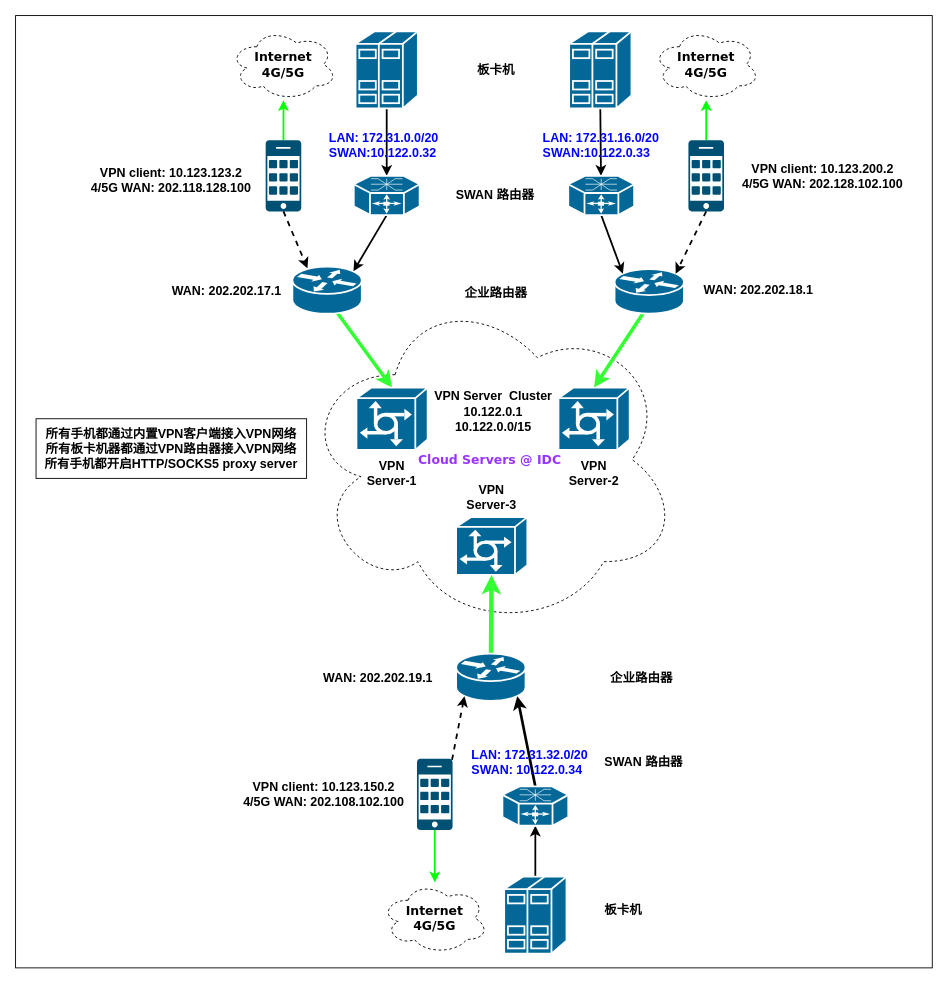
The draw.io diagram Untitled Diagram.drawio in nxtreaming/andy_study, before the edit. Source tidied: cells renumbered, new cells numbered last; positions are measured from the earlier drawing's top-left corner, leaving out a move shared by most shapes. Both pictures are drawn from the tidied source at 89%, with x=0, y=0 at pixel (15, 15).
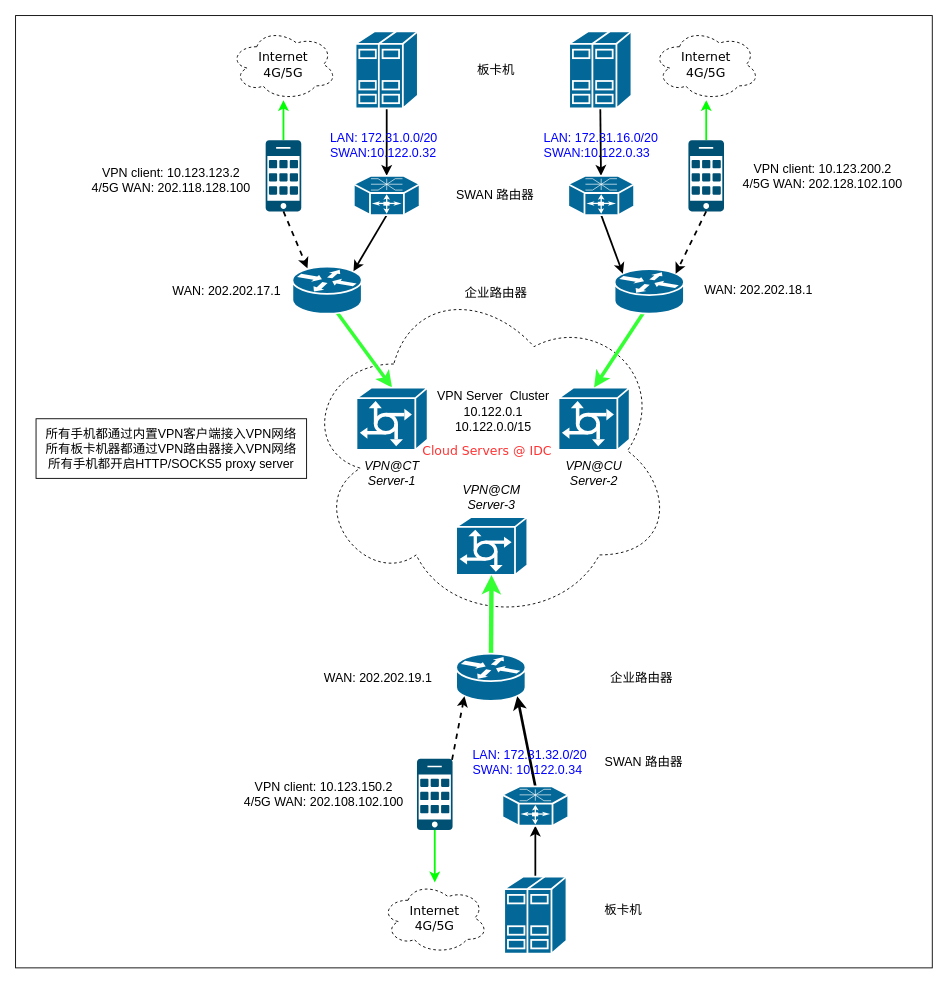
Above is the later version.

Change to the diagram source:
```diff
@@
-    <mxCell id="3" value="&lt;font style=&quot;font-size: 14px;&quot;&gt;&lt;b&gt;Cloud Servers @ IDC&lt;/b&gt;&lt;/font&gt;" style="ellipse;shape=cloud;whiteSpace=wrap;html=1;rounded=0;shadow=0;comic=0;strokeWidth=1;fontFamily=Verdana;fontSize=12;fontColor=#9933FF;dashed=1;" parent="1" vertex="1">
-      <mxGeometry x="320" y="308" width="426" height="382" as="geometry" />
+    <mxCell id="3" value="&lt;font color=&quot;#ff3333&quot; style=&quot;font-size: 14px;&quot;&gt;Cloud Servers @ IDC&lt;/font&gt;" style="ellipse;shape=cloud;whiteSpace=wrap;html=1;rounded=0;shadow=0;comic=0;strokeWidth=1;fontFamily=Verdana;fontSize=12;fontColor=#9933FF;dashed=1;" parent="1" vertex="1">
+      <mxGeometry x="320" y="294" width="420" height="390" as="geometry" />
     </mxCell>
-    <mxCell id="4" value="&lt;font style=&quot;font-size: 14px;&quot;&gt;&lt;b&gt;Internet&lt;br&gt;4G/5G&lt;br&gt;&lt;/b&gt;&lt;/font&gt;" style="ellipse;shape=cloud;whiteSpace=wrap;html=1;rounded=0;shadow=0;comic=0;strokeWidth=1;fontFamily=Verdana;fontSize=12;dashed=1;" parent="1" vertex="1">
+    <mxCell id="4" value="&lt;font style=&quot;font-size: 14px;&quot;&gt;Internet&lt;br&gt;4G/5G&lt;br&gt;&lt;/font&gt;" style="ellipse;shape=cloud;whiteSpace=wrap;html=1;rounded=0;shadow=0;comic=0;strokeWidth=1;fontFamily=Verdana;fontSize=12;dashed=1;" parent="1" vertex="1">
       <mxGeometry x="241" y="15" width="120" height="80" as="geometry" />
     </mxCell>
@@
-    <mxCell id="16" value="&lt;font style=&quot;font-size: 14px;&quot;&gt;&lt;b&gt;VPN Server-1&lt;/b&gt;&lt;/font&gt;" style="text;strokeColor=none;align=center;fillColor=#FFFFFF;html=1;verticalAlign=middle;whiteSpace=wrap;rounded=0;fontColor=#000000;" parent="1" vertex="1">
+    <mxCell id="16" value="&lt;font style=&quot;font-size: 14px;&quot;&gt;&lt;i style=&quot;&quot;&gt;VPN@CT Server-1&lt;/i&gt;&lt;/font&gt;" style="text;strokeColor=none;align=center;fillColor=#FFFFFF;html=1;verticalAlign=middle;whiteSpace=wrap;rounded=0;fontColor=#000000;" parent="1" vertex="1">
       <mxGeometry x="393" y="499" width="60" height="30" as="geometry" />
     </mxCell>
-    <mxCell id="17" value="&lt;font style=&quot;font-size: 14px;&quot;&gt;&lt;b&gt;VPN Server-3&lt;/b&gt;&lt;/font&gt;" style="text;strokeColor=none;align=center;fillColor=#FFFFFF;html=1;verticalAlign=middle;whiteSpace=wrap;rounded=0;fontColor=#000000;" parent="1" vertex="1">
+    <mxCell id="17" value="&lt;font style=&quot;font-size: 14px;&quot;&gt;&lt;i&gt;VPN@CM Server-3&lt;/i&gt;&lt;/font&gt;" style="text;strokeColor=none;align=center;fillColor=#FFFFFF;html=1;verticalAlign=middle;whiteSpace=wrap;rounded=0;fontColor=#000000;" parent="1" vertex="1">
       <mxGeometry x="505" y="526" width="60" height="30" as="geometry" />
     </mxCell>
-    <mxCell id="18" value="&lt;font style=&quot;font-size: 14px;&quot;&gt;&lt;b&gt;VPN Server-2&lt;/b&gt;&lt;/font&gt;" style="text;strokeColor=none;align=center;fillColor=#FFFFFF;html=1;verticalAlign=middle;whiteSpace=wrap;rounded=0;fontColor=#000000;" parent="1" vertex="1">
+    <mxCell id="18" value="&lt;font style=&quot;font-size: 14px;&quot;&gt;&lt;i style=&quot;&quot;&gt;VPN@CU Server-2&lt;/i&gt;&lt;/font&gt;" style="text;strokeColor=none;align=center;fillColor=#FFFFFF;html=1;verticalAlign=middle;whiteSpace=wrap;rounded=0;fontColor=#000000;" parent="1" vertex="1">
       <mxGeometry x="620" y="499" width="60" height="30" as="geometry" />
     </mxCell>
-    <mxCell id="19" value="&lt;font style=&quot;font-size: 14px;&quot;&gt;&lt;b&gt;Internet&lt;br&gt;4G/5G&lt;br&gt;&lt;/b&gt;&lt;/font&gt;" style="ellipse;shape=cloud;whiteSpace=wrap;html=1;rounded=0;shadow=0;comic=0;strokeWidth=1;fontFamily=Verdana;fontSize=12;dashed=1;" parent="1" vertex="1">
+    <mxCell id="19" value="&lt;font style=&quot;font-size: 14px;&quot;&gt;Internet&lt;br&gt;4G/5G&lt;br&gt;&lt;/font&gt;" style="ellipse;shape=cloud;whiteSpace=wrap;html=1;rounded=0;shadow=0;comic=0;strokeWidth=1;fontFamily=Verdana;fontSize=12;dashed=1;" parent="1" vertex="1">
       <mxGeometry x="716" y="15" width="120" height="80" as="geometry" />
     </mxCell>
@@
-    <mxCell id="28" value="&lt;font style=&quot;font-size: 14px;&quot;&gt;&lt;b&gt;Internet&lt;br&gt;4G/5G&lt;br&gt;&lt;/b&gt;&lt;/font&gt;" style="ellipse;shape=cloud;whiteSpace=wrap;html=1;rounded=0;shadow=0;comic=0;strokeWidth=1;fontFamily=Verdana;fontSize=12;dashed=1;" parent="1" vertex="1">
+    <mxCell id="28" value="&lt;font style=&quot;font-size: 14px;&quot;&gt;Internet&lt;br&gt;4G/5G&lt;br&gt;&lt;/font&gt;" style="ellipse;shape=cloud;whiteSpace=wrap;html=1;rounded=0;shadow=0;comic=0;strokeWidth=1;fontFamily=Verdana;fontSize=12;dashed=1;" parent="1" vertex="1">
       <mxGeometry x="411" y="974" width="120" height="80" as="geometry" />
     </mxCell>
@@
-    <mxCell id="37" value="&lt;font style=&quot;font-size: 14px;&quot;&gt;&lt;b&gt;板卡机&lt;/b&gt;&lt;/font&gt;" style="text;strokeColor=none;align=center;fillColor=#FFFFFF;html=1;verticalAlign=middle;whiteSpace=wrap;rounded=0;" parent="1" vertex="1">
+    <mxCell id="37" value="&lt;font style=&quot;font-size: 14px;&quot;&gt;板卡机&lt;/font&gt;" style="text;strokeColor=none;align=center;fillColor=#FFFFFF;html=1;verticalAlign=middle;whiteSpace=wrap;rounded=0;" parent="1" vertex="1">
       <mxGeometry x="510" y="46" width="60" height="30" as="geometry" />
     </mxCell>
-    <mxCell id="38" value="&lt;font style=&quot;font-size: 14px;&quot;&gt;&lt;b&gt;企业路由器&lt;/b&gt;&lt;/font&gt;" style="text;strokeColor=none;align=center;fillColor=#FFFFFF;html=1;verticalAlign=middle;whiteSpace=wrap;rounded=0;" parent="1" vertex="1">
+    <mxCell id="38" value="&lt;font style=&quot;font-size: 14px;&quot;&gt;企业路由器&lt;/font&gt;" style="text;strokeColor=none;align=center;fillColor=#FFFFFF;html=1;verticalAlign=middle;whiteSpace=wrap;rounded=0;" parent="1" vertex="1">
       <mxGeometry x="490" y="296.8" width="100" height="30" as="geometry" />
     </mxCell>
-    <mxCell id="39" value="&lt;font style=&quot;font-size: 14px;&quot;&gt;&lt;b&gt;WAN: 202.202.17.1&lt;/b&gt;&lt;/font&gt;" style="text;strokeColor=none;align=center;fillColor=none;html=1;verticalAlign=middle;whiteSpace=wrap;rounded=0;" parent="1" vertex="1">
+    <mxCell id="39" value="&lt;font style=&quot;font-size: 14px;&quot;&gt;WAN: 202.202.17.1&lt;/font&gt;" style="text;strokeColor=none;align=center;fillColor=none;html=1;verticalAlign=middle;whiteSpace=wrap;rounded=0;" parent="1" vertex="1">
       <mxGeometry x="170" y="296.8" width="135" height="26.5" as="geometry" />
     </mxCell>
-    <mxCell id="40" value="&lt;font style=&quot;font-size: 14px;&quot;&gt;&lt;b&gt;WAN: 202.202.18.1&lt;/b&gt;&lt;/font&gt;" style="text;strokeColor=none;align=center;fillColor=none;html=1;verticalAlign=middle;whiteSpace=wrap;rounded=0;" parent="1" vertex="1">
+    <mxCell id="40" value="&lt;font style=&quot;font-size: 14px;&quot;&gt;WAN: 202.202.18.1&lt;/font&gt;" style="text;strokeColor=none;align=center;fillColor=none;html=1;verticalAlign=middle;whiteSpace=wrap;rounded=0;" parent="1" vertex="1">
       <mxGeometry x="770" y="293.2" width="130" height="28.8" as="geometry" />
     </mxCell>
-    <mxCell id="41" value="&lt;font style=&quot;font-size: 14px;&quot;&gt;&lt;b&gt;WAN: 202.202.19.1&lt;/b&gt;&lt;/font&gt;" style="text;strokeColor=none;align=center;fillColor=none;html=1;verticalAlign=middle;whiteSpace=wrap;rounded=0;" parent="1" vertex="1">
+    <mxCell id="41" value="&lt;font style=&quot;font-size: 14px;&quot;&gt;WAN: 202.202.19.1&lt;/font&gt;" style="text;strokeColor=none;align=center;fillColor=none;html=1;verticalAlign=middle;whiteSpace=wrap;rounded=0;" parent="1" vertex="1">
       <mxGeometry x="340" y="728" width="135" height="31" as="geometry" />
     </mxCell>
-    <mxCell id="42" value="&lt;font style=&quot;font-size: 14px;&quot;&gt;&lt;b&gt;VPN client: 10.123.123.2&lt;br&gt;4/5G WAN: 202.118.128.100&lt;br&gt;&lt;/b&gt;&lt;/font&gt;" style="text;strokeColor=none;align=center;fillColor=none;html=1;verticalAlign=middle;whiteSpace=wrap;rounded=0;" parent="1" vertex="1">
+    <mxCell id="42" value="&lt;font style=&quot;font-size: 14px;&quot;&gt;VPN client: 10.123.123.2&lt;br&gt;4/5G WAN: 202.118.128.100&lt;br&gt;&lt;/font&gt;" style="text;strokeColor=none;align=center;fillColor=none;html=1;verticalAlign=middle;whiteSpace=wrap;rounded=0;" parent="1" vertex="1">
       <mxGeometry x="76" y="160" width="198" height="50" as="geometry" />
     </mxCell>
-    <mxCell id="43" value="&lt;font style=&quot;font-size: 14px;&quot;&gt;&lt;b&gt;VPN client: 10.123.200.2&lt;br&gt;4/5G WAN: 202.128.102.100&lt;br&gt;&lt;/b&gt;&lt;/font&gt;" style="text;strokeColor=none;align=center;fillColor=none;html=1;verticalAlign=middle;whiteSpace=wrap;rounded=0;" parent="1" vertex="1">
+    <mxCell id="43" value="&lt;font style=&quot;font-size: 14px;&quot;&gt;VPN client: 10.123.200.2&lt;br&gt;4/5G WAN: 202.128.102.100&lt;br&gt;&lt;/font&gt;" style="text;strokeColor=none;align=center;fillColor=none;html=1;verticalAlign=middle;whiteSpace=wrap;rounded=0;" parent="1" vertex="1">
       <mxGeometry x="807" y="155" width="200" height="50" as="geometry" />
     </mxCell>
-    <mxCell id="44" value="&lt;font style=&quot;font-size: 14px;&quot;&gt;&lt;b&gt;VPN client: 10.123.150.2&lt;br&gt;4/5G WAN: 202.108.102.100&lt;br&gt;&lt;/b&gt;&lt;/font&gt;" style="text;strokeColor=none;align=center;fillColor=none;html=1;verticalAlign=middle;whiteSpace=wrap;rounded=0;" parent="1" vertex="1">
+    <mxCell id="44" value="&lt;font style=&quot;font-size: 14px;&quot;&gt;VPN client: 10.123.150.2&lt;br&gt;4/5G WAN: 202.108.102.100&lt;br&gt;&lt;/font&gt;" style="text;strokeColor=none;align=center;fillColor=none;html=1;verticalAlign=middle;whiteSpace=wrap;rounded=0;" parent="1" vertex="1">
       <mxGeometry x="247" y="850" width="199" height="50.9" as="geometry" />
     </mxCell>
-    <mxCell id="45" value="&lt;font style=&quot;font-size: 14px;&quot;&gt;&lt;b&gt;VPN Server&amp;nbsp; Cluster 10.122.0.1&lt;br&gt;10.122.0.0/15&lt;/b&gt;&lt;/font&gt;" style="text;strokeColor=none;align=center;fillColor=#FFFFFF;html=1;verticalAlign=middle;whiteSpace=wrap;rounded=0;" parent="1" vertex="1">
+    <mxCell id="45" value="&lt;font style=&quot;font-size: 14px;&quot;&gt;VPN Server&amp;nbsp; Cluster 10.122.0.1&lt;br&gt;10.122.0.0/15&lt;/font&gt;" style="text;strokeColor=none;align=center;fillColor=#FFFFFF;html=1;verticalAlign=middle;whiteSpace=wrap;rounded=0;" parent="1" vertex="1">
       <mxGeometry x="467" y="415" width="140" height="60" as="geometry" />
     </mxCell>
-    <mxCell id="46" value="&lt;b&gt;&lt;font face=&quot;Helvetica&quot; style=&quot;font-size: 14px;&quot;&gt;所有手机都通过内置VPN客户端接入VPN网络&lt;br&gt;&lt;/font&gt;&lt;/b&gt;&lt;font face=&quot;Helvetica&quot; style=&quot;font-size: 14px;&quot;&gt;&lt;b&gt;所有板卡机器都通过VPN路由器接入VPN网络&lt;br&gt;&lt;/b&gt;&lt;/font&gt;&lt;b style=&quot;border-color: var(--border-color);&quot;&gt;&lt;font style=&quot;border-color: var(--border-color); font-size: 14px;&quot;&gt;所有手机都开启HTTP/SOCKS5 proxy server&lt;/font&gt;&lt;/b&gt;&lt;font style=&quot;border-color: var(--border-color); font-size: 14px;&quot; face=&quot;Helvetica&quot;&gt;&lt;b style=&quot;border-color: var(--border-color);&quot;&gt;&lt;br style=&quot;border-color: var(--border-color);&quot;&gt;&lt;/b&gt;&lt;/font&gt;" style="whiteSpace=wrap;html=1;fillColor=#FFFFFF;" parent="1" vertex="1">
+    <mxCell id="46" value="&lt;font face=&quot;Helvetica&quot; style=&quot;font-size: 14px;&quot;&gt;所有手机都通过内置VPN客户端接入VPN网络&lt;br&gt;&lt;/font&gt;&lt;font face=&quot;Helvetica&quot; style=&quot;font-size: 14px;&quot;&gt;所有板卡机器都通过VPN路由器接入VPN网络&lt;br&gt;&lt;/font&gt;&lt;span style=&quot;border-color: var(--border-color);&quot;&gt;&lt;font style=&quot;border-color: var(--border-color); font-size: 14px;&quot;&gt;所有手机都开启HTTP/SOCKS5 proxy server&lt;/font&gt;&lt;/span&gt;&lt;font style=&quot;border-color: var(--border-color); font-size: 14px;&quot; face=&quot;Helvetica&quot;&gt;&lt;b style=&quot;border-color: var(--border-color);&quot;&gt;&lt;br style=&quot;border-color: var(--border-color);&quot;&gt;&lt;/b&gt;&lt;/font&gt;" style="whiteSpace=wrap;html=1;fillColor=#FFFFFF;" parent="1" vertex="1">
       <mxGeometry x="23" y="453" width="304" height="67" as="geometry" />
     </mxCell>
@@
-    <mxCell id="48" value="&lt;font style=&quot;font-size: 14px;&quot;&gt;&lt;b&gt;SWAN 路由器&lt;/b&gt;&lt;/font&gt;" style="text;strokeColor=#FFFFFF;align=center;fillColor=#FFFFFF;html=1;verticalAlign=middle;whiteSpace=wrap;rounded=0;fontColor=#000000;" parent="1" vertex="1">
+    <mxCell id="48" value="&lt;font style=&quot;font-size: 14px;&quot;&gt;SWAN 路由器&lt;/font&gt;" style="text;strokeColor=#FFFFFF;align=center;fillColor=#FFFFFF;html=1;verticalAlign=middle;whiteSpace=wrap;rounded=0;fontColor=#000000;" parent="1" vertex="1">
       <mxGeometry x="489" y="187.1" width="100" height="30" as="geometry" />
     </mxCell>
@@
-    <mxCell id="51" value="&lt;font style=&quot;font-size: 14px;&quot;&gt;&lt;b&gt;企业路由器&lt;/b&gt;&lt;/font&gt;" style="text;strokeColor=none;align=center;fillColor=#FFFFFF;html=1;verticalAlign=middle;whiteSpace=wrap;rounded=0;" parent="1" vertex="1">
+    <mxCell id="51" value="&lt;font style=&quot;font-size: 14px;&quot;&gt;企业路由器&lt;/font&gt;" style="text;strokeColor=none;align=center;fillColor=#FFFFFF;html=1;verticalAlign=middle;whiteSpace=wrap;rounded=0;" parent="1" vertex="1">
       <mxGeometry x="651" y="729" width="105" height="30" as="geometry" />
     </mxCell>
-    <mxCell id="52" value="&lt;font style=&quot;font-size: 14px;&quot;&gt;&lt;b&gt;SWAN 路由器&lt;/b&gt;&lt;/font&gt;" style="text;strokeColor=none;align=center;fillColor=#FFFFFF;html=1;verticalAlign=middle;whiteSpace=wrap;rounded=0;fontColor=#000000;" parent="1" vertex="1">
+    <mxCell id="52" value="&lt;font style=&quot;font-size: 14px;&quot;&gt;SWAN 路由器&lt;/font&gt;" style="text;strokeColor=none;align=center;fillColor=#FFFFFF;html=1;verticalAlign=middle;whiteSpace=wrap;rounded=0;fontColor=#000000;" parent="1" vertex="1">
       <mxGeometry x="656" y="824" width="100" height="30" as="geometry" />
     </mxCell>
-    <mxCell id="53" value="&lt;font style=&quot;font-size: 14px;&quot;&gt;&lt;b&gt;板卡机&lt;/b&gt;&lt;/font&gt;" style="text;strokeColor=none;align=center;fillColor=#FFFFFF;html=1;verticalAlign=middle;whiteSpace=wrap;rounded=0;" parent="1" vertex="1">
+    <mxCell id="53" value="&lt;font style=&quot;font-size: 14px;&quot;&gt;板卡机&lt;/font&gt;" style="text;strokeColor=none;align=center;fillColor=#FFFFFF;html=1;verticalAlign=middle;whiteSpace=wrap;rounded=0;" parent="1" vertex="1">
       <mxGeometry x="653" y="990" width="60" height="30" as="geometry" />
     </mxCell>
-    <mxCell id="54" value="&lt;font color=&quot;#0000ff&quot; style=&quot;font-size: 14px;&quot;&gt;&lt;b&gt;LAN: 172.31.0.0/20&lt;br&gt;&lt;div style=&quot;text-align: left;&quot;&gt;&lt;b style=&quot;background-color: initial;&quot;&gt;SWAN:10.122.0.32&lt;/b&gt;&lt;/div&gt;&lt;/b&gt;&lt;/font&gt;" style="text;strokeColor=none;align=center;fillColor=none;html=1;verticalAlign=middle;whiteSpace=wrap;rounded=0;" parent="1" vertex="1">
+    <mxCell id="54" value="&lt;font color=&quot;#0000ff&quot; style=&quot;font-size: 14px;&quot;&gt;LAN: 172.31.0.0/20&lt;br&gt;&lt;div style=&quot;text-align: left;&quot;&gt;&lt;span style=&quot;background-color: initial;&quot;&gt;SWAN:10.122.0.32&lt;/span&gt;&lt;/div&gt;&lt;/font&gt;" style="text;strokeColor=none;align=center;fillColor=none;html=1;verticalAlign=middle;whiteSpace=wrap;rounded=0;" parent="1" vertex="1">
       <mxGeometry x="344" y="130" width="140" height="30" as="geometry" />
     </mxCell>
-    <mxCell id="55" value="&lt;font color=&quot;#0000ff&quot; style=&quot;font-size: 14px;&quot;&gt;&lt;b&gt;LAN: 172.31.16.0/20&lt;br&gt;&lt;div style=&quot;text-align: left;&quot;&gt;&lt;b style=&quot;background-color: initial;&quot;&gt;SWAN:10.122.0.33&lt;/b&gt;&lt;/div&gt;&lt;/b&gt;&lt;/font&gt;" style="text;strokeColor=none;align=center;fillColor=none;html=1;verticalAlign=middle;whiteSpace=wrap;rounded=0;" parent="1" vertex="1">
+    <mxCell id="55" value="&lt;font color=&quot;#0000ff&quot; style=&quot;font-size: 14px;&quot;&gt;LAN: 172.31.16.0/20&lt;br&gt;&lt;div style=&quot;text-align: left;&quot;&gt;&lt;span style=&quot;background-color: initial;&quot;&gt;SWAN:10.122.0.33&lt;/span&gt;&lt;/div&gt;&lt;/font&gt;" style="text;strokeColor=none;align=center;fillColor=none;html=1;verticalAlign=middle;whiteSpace=wrap;rounded=0;" parent="1" vertex="1">
       <mxGeometry x="588" y="130" width="140" height="30" as="geometry" />
     </mxCell>
-    <mxCell id="56" value="&lt;font color=&quot;#0000ff&quot; style=&quot;font-size: 14px;&quot;&gt;&lt;b&gt;LAN: 172.31.32.0/20&lt;br&gt;&lt;div style=&quot;text-align: left;&quot;&gt;&lt;b style=&quot;background-color: initial;&quot;&gt;SWAN: 10.122.0.34&lt;/b&gt;&lt;/div&gt;&lt;/b&gt;&lt;/font&gt;" style="text;strokeColor=none;align=center;fillColor=none;html=1;verticalAlign=middle;whiteSpace=wrap;rounded=0;" parent="1" vertex="1">
+    <mxCell id="56" value="&lt;font color=&quot;#0000ff&quot; style=&quot;font-size: 14px;&quot;&gt;LAN: 172.31.32.0/20&lt;br&gt;&lt;div style=&quot;text-align: left;&quot;&gt;&lt;span style=&quot;background-color: initial;&quot;&gt;SWAN: 10.122.0.34&lt;/span&gt;&lt;/div&gt;&lt;/font&gt;" style="text;strokeColor=none;align=center;fillColor=none;html=1;verticalAlign=middle;whiteSpace=wrap;rounded=0;" parent="1" vertex="1">
       <mxGeometry x="508" y="824" width="140" height="30" as="geometry" />
     </mxCell>
```
